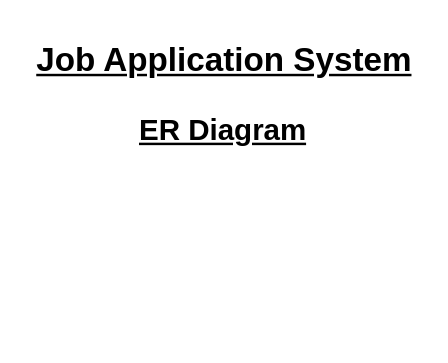
This is page "ERD" (2 of 2) of Job Management System.drawio from ramancodes/Diagrams, a draw.io file, before an edit. Source tidied: cells renumbered, new cells numbered last; positions are measured from the earlier drawing's top-left corner, leaving out a move shared by most shapes. Both pictures are drawn from the tidied source at 123%, with x=0, y=0 at pixel (21, 33).
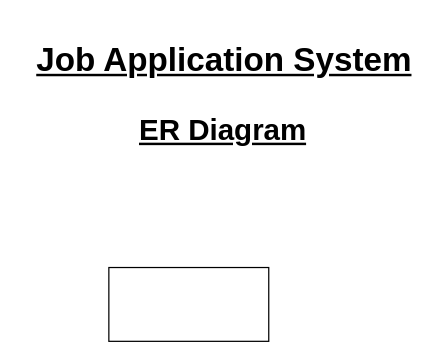
Above is the later version.

What changed in the source:
```diff
@@
 <mxGraphModel>
   <root>
     <mxCell id="0" />
     <mxCell id="1" parent="0" />
     <mxCell id="2" value="&lt;h1&gt;&lt;font style=&quot;font-size: 27px;&quot;&gt;Job Application System&lt;/font&gt;&lt;/h1&gt;" style="text;html=1;strokeColor=none;fillColor=none;spacing=5;spacingTop=-20;whiteSpace=wrap;overflow=hidden;rounded=0;align=center;fontStyle=4;" parent="1" vertex="1">
       <mxGeometry width="330" height="40" as="geometry" />
     </mxCell>
     <mxCell id="3" value="&lt;h1&gt;ER Diagram&lt;/h1&gt;" style="text;html=1;strokeColor=none;fillColor=none;spacing=5;spacingTop=-20;whiteSpace=wrap;overflow=hidden;rounded=0;align=center;fontStyle=4;" parent="1" vertex="1">
       <mxGeometry x="39" y="59" width="250" height="40" as="geometry" />
     </mxCell>
+    <mxCell id="4" style="html=1;dashed=0;whiteSpace=wrap;" parent="1" vertex="1">
+      <mxGeometry x="71" y="190" width="130" height="60" as="geometry" />
+    </mxCell>
   </root>
 </mxGraphModel>
```
